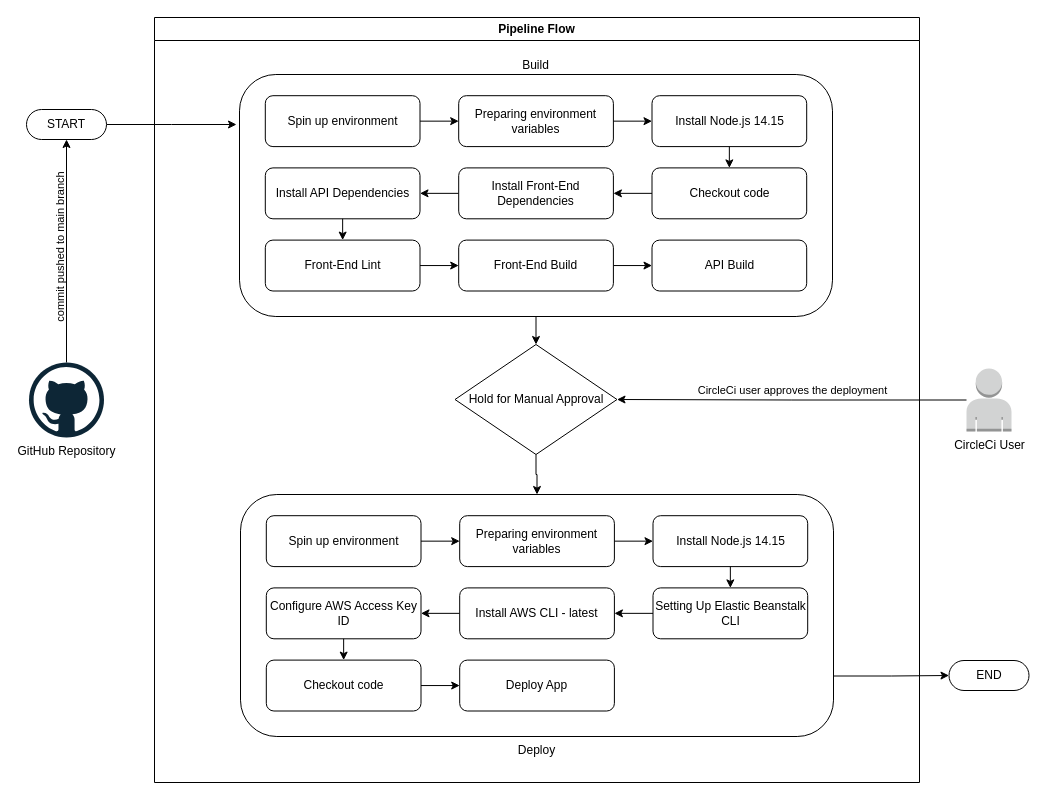
rynartisan/hosting-a-full-stack-application keeps this draw.io diagram as udagram/documentation/assets/Pipeline Process.drawio. Above is the earlier version. Source tidied: cells renumbered, new cells numbered last; positions are measured from the earlier drawing's top-left corner, leaving out a move shared by most shapes. Both pictures are drawn from the tidied source at 100%, with x=0, y=0 at pixel (26, 17).
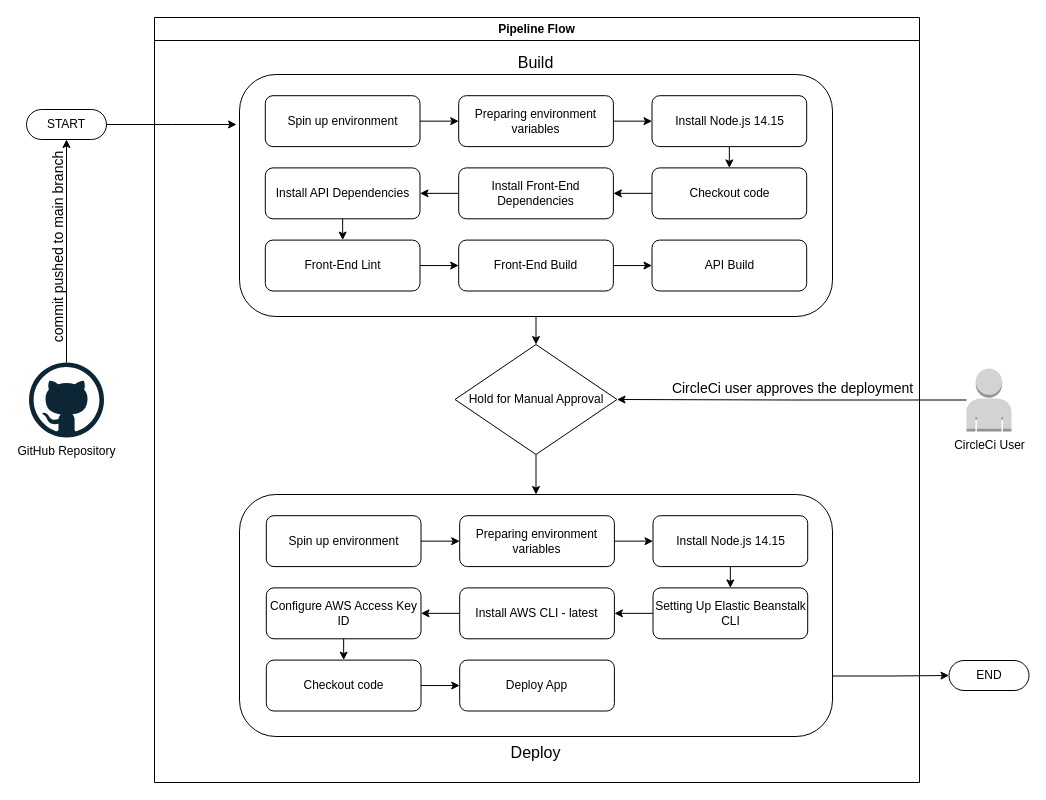
The same diagram, later.

Commit message (it also covers changes not shown here):
Increase font size in the diagram.

The change refers to these unchanged cells:
```xml
<mxCell id="2" value="Pipeline Flow" style="swimlane;whiteSpace=wrap;html=1;" parent="1" vertex="1">
  <mxGeometry x="128" width="765" height="765" as="geometry" />
</mxCell>
<mxCell id="4" value="Hold for Manual Approval" style="rhombus;whiteSpace=wrap;html=1;" parent="2" vertex="1">
  <mxGeometry x="300.5" y="327" width="162" height="110" as="geometry" />
</mxCell>
<mxCell id="43" value="GitHub Repository" style="dashed=0;outlineConnect=0;html=1;align=center;labelPosition=center;verticalLabelPosition=bottom;verticalAlign=top;shape=mxgraph.weblogos.github;" parent="1" vertex="1">
  <mxGeometry x="2.5" y="345" width="75" height="75" as="geometry" />
</mxCell>
<mxCell id="46" value="CircleCi User" style="outlineConnect=0;dashed=0;verticalLabelPosition=bottom;verticalAlign=top;align=center;html=1;shape=mxgraph.aws3.user;fillColor=#D2D3D3;gradientColor=none;" parent="1" vertex="1">
  <mxGeometry x="940" y="351" width="45" height="63" as="geometry" />
</mxCell>
<mxCell id="48" value="START" style="html=1;dashed=0;whiteSpace=wrap;shape=mxgraph.dfd.start;" parent="1" vertex="1">
  <mxGeometry y="92" width="80" height="30" as="geometry" />
</mxCell>
```

Change to the diagram source:
```diff
@@
-    <mxCell id="5" style="group;" parent="2" vertex="1">
+    <mxCell id="5" style="group;fontSize=12;" parent="2" vertex="1">
       <mxGeometry x="85" y="57" width="593" height="242" as="geometry" />
     </mxCell>
-    <mxCell id="6" value="Build" style="rounded=1;whiteSpace=wrap;html=1;labelPosition=center;verticalLabelPosition=top;align=center;verticalAlign=bottom;" parent="5" vertex="1">
+    <mxCell id="6" value="Build" style="rounded=1;whiteSpace=wrap;html=1;labelPosition=center;verticalLabelPosition=top;align=center;verticalAlign=bottom;fontSize=16;" parent="5" vertex="1">
       <mxGeometry width="593" height="242" as="geometry" />
     </mxCell>
@@
-    <mxCell id="25" value="Deploy" style="rounded=1;whiteSpace=wrap;html=1;labelPosition=center;verticalLabelPosition=bottom;align=center;verticalAlign=top;" parent="2" vertex="1">
-      <mxGeometry x="86" y="477" width="593" height="242" as="geometry" />
+    <mxCell id="25" value="Deploy" style="rounded=1;whiteSpace=wrap;html=1;labelPosition=center;verticalLabelPosition=bottom;align=center;verticalAlign=top;fontSize=16;" parent="2" vertex="1">
+      <mxGeometry x="85" y="477" width="593" height="242" as="geometry" />
     </mxCell>
@@
-    <mxCell id="42" value="commit pushed to main branch" style="edgeStyle=orthogonalEdgeStyle;rounded=0;jettySize=auto;html=1;entryX=0.5;entryY=0.5;entryDx=0;entryDy=15;entryPerimeter=0;horizontal=0;labelPosition=center;verticalLabelPosition=top;align=center;verticalAlign=bottom;labelBackgroundColor=none;" parent="1" edge="1" source="43" target="48">
+    <mxCell id="42" value="commit pushed to main branch" style="edgeStyle=orthogonalEdgeStyle;rounded=0;jettySize=auto;html=1;entryX=0.5;entryY=0.5;entryDx=0;entryDy=15;entryPerimeter=0;horizontal=0;labelPosition=center;verticalLabelPosition=top;align=center;verticalAlign=bottom;labelBackgroundColor=none;fontSize=14;" parent="1" edge="1" source="43" target="48">
       <mxGeometry relative="1" as="geometry" />
     </mxCell>
@@
-    <mxCell id="45" value="CircleCi user approves the deployment" style="edgeStyle=orthogonalEdgeStyle;rounded=0;jettySize=auto;html=1;labelBackgroundColor=none;labelPosition=center;verticalLabelPosition=top;align=center;verticalAlign=bottom;" parent="1" edge="1" source="46" target="4">
+    <mxCell id="45" value="CircleCi user approves the deployment" style="edgeStyle=orthogonalEdgeStyle;rounded=0;jettySize=auto;html=1;labelBackgroundColor=none;labelPosition=center;verticalLabelPosition=top;align=center;verticalAlign=bottom;fontSize=14;" parent="1" edge="1" source="46" target="4">
       <mxGeometry relative="1" as="geometry" />
     </mxCell>
```
